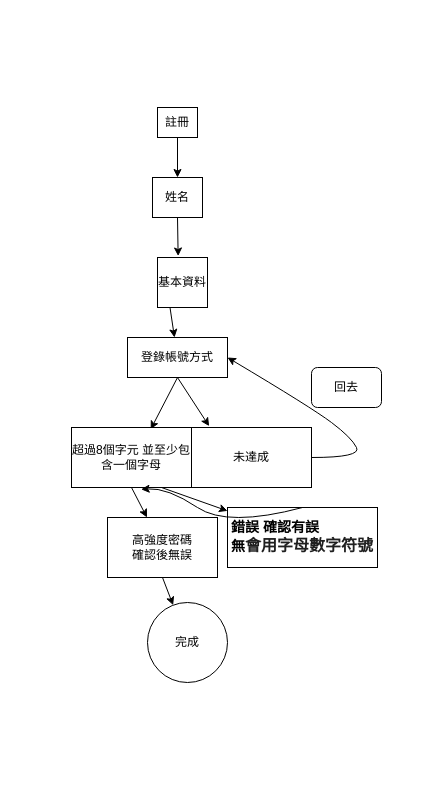
Earlier version of the draw.io diagram 未命名绘图.drawio (hongminlin/Suncheon-Bookstore). Source tidied: cells renumbered, new cells numbered last; positions are measured from the earlier drawing's top-left corner, leaving out a move shared by most shapes. Both pictures are drawn from the tidied source at 100%, with x=0, y=0 at pixel (71, 107).
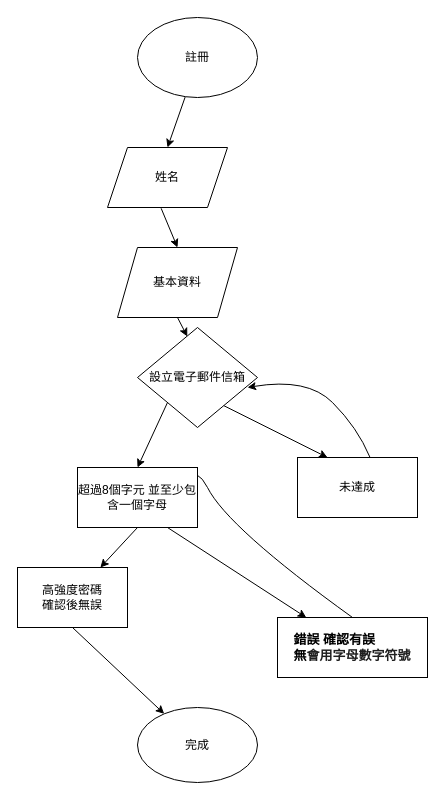
The same diagram, later.

The edit, as a diff of the source:
```diff
@@
-    <mxCell id="2" value="註冊" style="rounded=0;whiteSpace=wrap;html=1;" parent="1" vertex="1">
-      <mxGeometry x="86" width="40" height="30" as="geometry" />
-    </mxCell>
-    <mxCell id="3" style="endArrow=classic;html=1;rounded=0;exitX=0.5;exitY=1;exitDx=0;exitDy=0;" parent="1" edge="1" source="2">
-      <mxGeometry relative="1" as="geometry">
-        <mxPoint x="106" y="70" as="targetPoint" />
-      </mxGeometry>
+    <mxCell id="3" style="endArrow=classic;html=1;rounded=0;exitX=0.397;exitY=0.995;exitDx=0;exitDy=0;exitPerimeter=0;entryX=0.5;entryY=0;entryDx=0;entryDy=0;" parent="1" edge="1" source="2" target="4">
+      <mxGeometry relative="1" as="geometry" />
     </mxCell>
-    <mxCell id="4" value="姓名" style="rounded=0;whiteSpace=wrap;html=1;" parent="1" vertex="1">
-      <mxGeometry x="81" y="70" width="50" height="40" as="geometry" />
-    </mxCell>
-    <mxCell id="5" value="基本資料" style="rounded=0;whiteSpace=wrap;html=1;" parent="1" vertex="1">
-      <mxGeometry x="86" y="150" width="50" height="50" as="geometry" />
-    </mxCell>
-    <mxCell id="6" style="endArrow=classic;html=1;rounded=0;exitX=0.5;exitY=1;exitDx=0;exitDy=0;entryX=0.413;entryY=-0.03;entryDx=0;entryDy=0;entryPerimeter=0;" parent="1" edge="1" source="4" target="5">
+    <mxCell id="6" style="endArrow=classic;html=1;rounded=0;exitX=0.447;exitY=1.013;exitDx=0;exitDy=0;entryX=0.5;entryY=0;entryDx=0;entryDy=0;exitPerimeter=0;" parent="1" edge="1" source="4" target="5">
       <mxGeometry relative="1" as="geometry" />
     </mxCell>
-    <mxCell id="7" style="endArrow=classic;html=1;rounded=0;exitX=0.25;exitY=1;exitDx=0;exitDy=0;" parent="1" edge="1" source="5" target="8">
+    <mxCell id="7" style="endArrow=classic;html=1;rounded=0;exitX=0.5;exitY=1;exitDx=0;exitDy=0;entryX=0.415;entryY=0.09;entryDx=0;entryDy=0;entryPerimeter=0;" parent="1" edge="1" source="5" target="23">
       <mxGeometry relative="1" as="geometry" />
     </mxCell>
-    <mxCell id="8" value="登錄帳號方式" style="rounded=0;whiteSpace=wrap;html=1;" parent="1" vertex="1">
-      <mxGeometry x="56" y="230" width="100" height="40" as="geometry" />
-    </mxCell>
-    <mxCell id="9" style="endArrow=classic;html=1;rounded=0;exitX=0.5;exitY=1;exitDx=0;exitDy=0;entryX=0.66;entryY=0.03;entryDx=0;entryDy=0;entryPerimeter=0;" parent="1" edge="1" source="8" target="11">
-      <mxGeometry relative="1" as="geometry" />
-    </mxCell>
-    <mxCell id="10" style="endArrow=classic;html=1;rounded=0;exitX=0.5;exitY=1;exitDx=0;exitDy=0;entryX=0.147;entryY=-0.023;entryDx=0;entryDy=0;entryPerimeter=0;" parent="1" edge="1" source="8" target="12">
-      <mxGeometry relative="1" as="geometry" />
+    <mxCell id="10" style="endArrow=classic;html=1;rounded=0;entryX=0.25;entryY=0;entryDx=0;entryDy=0;exitX=1;exitY=1;exitDx=0;exitDy=0;" parent="1" edge="1" source="23" target="12">
+      <mxGeometry relative="1" as="geometry">
+        <Array as="points">
+          <mxPoint x="136" y="290" />
+        </Array>
+      </mxGeometry>
     </mxCell>
-    <mxCell id="11" value="超過8個字元 並至少包含一個字母" style="rounded=0;whiteSpace=wrap;html=1;" parent="1" vertex="1">
-      <mxGeometry y="320" width="120" height="60" as="geometry" />
-    </mxCell>
-    <mxCell id="12" value="未達成" style="rounded=0;whiteSpace=wrap;html=1;" parent="1" vertex="1">
-      <mxGeometry x="120" y="320" width="120" height="60" as="geometry" />
-    </mxCell>
-    <mxCell id="13" style="curved=1;endArrow=classic;html=1;rounded=0;entryX=1;entryY=0.5;entryDx=0;entryDy=0;" parent="1" edge="1" target="8">
-      <mxGeometry relative="1" as="geometry">
-        <mxPoint x="240" y="350" as="sourcePoint" />
-        <Array as="points">
-          <mxPoint x="290" y="350" />
-          <mxPoint x="280" y="330" />
-          <mxPoint x="240" y="300" />
-        </Array>
-      </mxGeometry>
-    </mxCell>
-    <mxCell id="14" value="回去" style="rounded=1;whiteSpace=wrap;html=1;" parent="1" vertex="1">
-      <mxGeometry x="240" y="260" width="70" height="40" as="geometry" />
-    </mxCell>
@@
     <mxCell id="16" value="高強度密碼&lt;div&gt;確認後無誤&lt;/div&gt;" style="rounded=0;whiteSpace=wrap;html=1;" parent="1" vertex="1">
-      <mxGeometry x="36" y="410" width="110" height="60" as="geometry" />
+      <mxGeometry x="-54" y="460" width="110" height="60" as="geometry" />
     </mxCell>
@@
-    <mxCell id="18" value="&lt;h3 style=&quot;text-align: start;&quot;&gt;錯誤 確認有誤&amp;nbsp;&lt;br&gt;無&lt;font face=&quot;Google Sans, roboto, Noto Sans Myanmar UI, arial, sans-serif&quot; color=&quot;#1f1f1f&quot;&gt;&lt;span style=&quot;font-size: 16px; background-color: rgb(255, 255, 255);&quot;&gt;會用字母數字符號&lt;/span&gt;&lt;/font&gt;&lt;/h3&gt;" style="rounded=0;whiteSpace=wrap;html=1;" parent="1" vertex="1">
-      <mxGeometry x="156" y="400" width="150" height="60" as="geometry" />
+    <mxCell id="18" value="&lt;h3 style=&quot;text-align: start; font-size: 13px;&quot;&gt;錯誤 確認有誤&amp;nbsp;&lt;br&gt;無&lt;font style=&quot;font-size: 13px;&quot; face=&quot;Google Sans, roboto, Noto Sans Myanmar UI, arial, sans-serif&quot; color=&quot;#1f1f1f&quot;&gt;&lt;span style=&quot;background-color: rgb(255, 255, 255);&quot;&gt;會用字母數字符號&lt;/span&gt;&lt;/font&gt;&lt;/h3&gt;" style="rounded=0;whiteSpace=wrap;html=1;" parent="1" vertex="1">
+      <mxGeometry x="206" y="510" width="150" height="60" as="geometry" />
     </mxCell>
-    <mxCell id="19" style="curved=1;endArrow=classic;html=1;rounded=0;exitX=0.5;exitY=0;exitDx=0;exitDy=0;entryX=0.58;entryY=1.03;entryDx=0;entryDy=0;entryPerimeter=0;" parent="1" edge="1" source="18" target="11">
+    <mxCell id="19" style="curved=1;endArrow=classic;html=1;rounded=0;exitX=0.5;exitY=0;exitDx=0;exitDy=0;entryX=0.613;entryY=1.007;entryDx=0;entryDy=0;entryPerimeter=0;" parent="1" edge="1" source="18" target="11">
       <mxGeometry relative="1" as="geometry">
         <Array as="points">
           <mxPoint x="156" y="420" />
-          <mxPoint x="96" y="380" />
+          <mxPoint x="116" y="340" />
         </Array>
       </mxGeometry>
     </mxCell>
@@
     <mxCell id="21" value="完成" style="ellipse;whiteSpace=wrap;html=1;" parent="1" vertex="1">
-      <mxGeometry x="76" y="495" width="80" height="80" as="geometry" />
+      <mxGeometry x="66" y="600" width="120" height="75" as="geometry" />
     </mxCell>
+    <mxCell id="2" value="註冊" style="ellipse;whiteSpace=wrap;html=1;" parent="1" vertex="1">
+      <mxGeometry x="66" y="-90" width="120" height="80" as="geometry" />
+    </mxCell>
+    <mxCell id="5" value="基本資料" style="shape=parallelogram;perimeter=parallelogramPerimeter;whiteSpace=wrap;html=1;fixedSize=1;" parent="1" vertex="1">
+      <mxGeometry x="46" y="140" width="120" height="70" as="geometry" />
+    </mxCell>
+    <mxCell id="4" value="姓名" style="shape=parallelogram;perimeter=parallelogramPerimeter;whiteSpace=wrap;html=1;fixedSize=1;" parent="1" vertex="1">
+      <mxGeometry x="36" y="40" width="120" height="60" as="geometry" />
+    </mxCell>
+    <mxCell id="12" value="未達成" style="rounded=0;whiteSpace=wrap;html=1;" parent="1" vertex="1">
+      <mxGeometry x="226" y="350" width="120" height="60" as="geometry" />
+    </mxCell>
+    <mxCell id="22" style="endArrow=classic;html=1;rounded=0;exitX=0;exitY=1;exitDx=0;exitDy=0;entryX=0.5;entryY=0;entryDx=0;entryDy=0;" parent="1" edge="1" source="23" target="11">
+      <mxGeometry relative="1" as="geometry" />
+    </mxCell>
+    <mxCell id="11" value="超過8個字元 並至少包含一個字母" style="rounded=0;whiteSpace=wrap;html=1;" parent="1" vertex="1">
+      <mxGeometry x="6" y="360" width="120" height="60" as="geometry" />
+    </mxCell>
+    <mxCell id="23" value="設立電子郵件信箱" style="rhombus;whiteSpace=wrap;html=1;" parent="1" vertex="1">
+      <mxGeometry x="66" y="220" width="120" height="100" as="geometry" />
+    </mxCell>
+    <mxCell id="24" style="curved=1;endArrow=classic;html=1;rounded=0;entryX=0.917;entryY=0.6;entryDx=0;entryDy=0;entryPerimeter=0;exitX=0.603;exitY=-0.007;exitDx=0;exitDy=0;exitPerimeter=0;" parent="1" edge="1" source="12" target="23">
+      <mxGeometry relative="1" as="geometry">
+        <Array as="points">
+          <mxPoint x="286" y="320" />
+          <mxPoint x="236" y="270" />
+        </Array>
+      </mxGeometry>
+    </mxCell>
```
